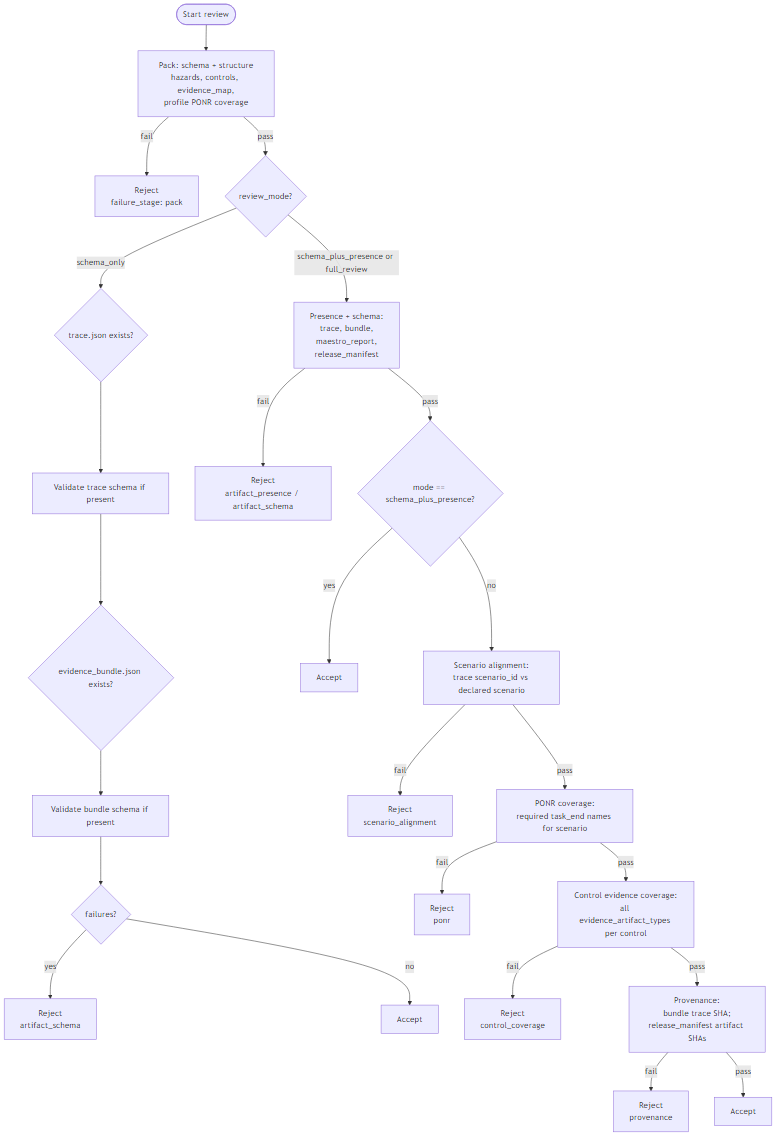
Earlier version of the Mermaid export docs/figures/p7_review_stages.png (fraware/labtrust-portfolio). Its source is kept beside it as docs/figures/p7_review_stages.mmd.
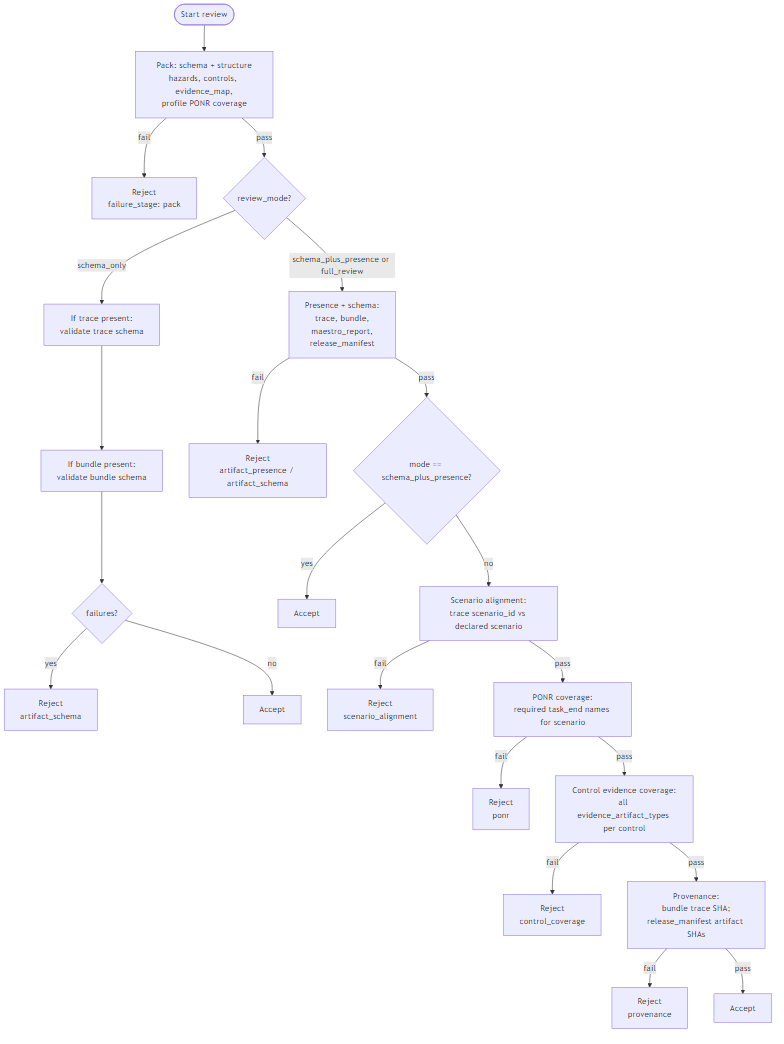
After the change.

Commit message:
P7: correct Figure 2 schema_only branch (optional artifacts)

Made-with: Cursor

What changed in the source:
```diff
@@ -4,10 +4,8 @@
   pack -->|fail| rej_pack["Reject<br/>failure_stage: pack"]
   pack -->|pass| mode{"review_mode?"}
 
-  mode -->|schema_only| so_trace{"trace.json exists?"}
-  so_trace --> so_val_t["Validate trace schema if present"]
-  so_val_t --> so_bundle{"evidence_bundle.json exists?"}
-  so_bundle --> so_val_b["Validate bundle schema if present"]
+  mode -->|schema_only| so_val_t["If trace present:<br/>validate trace schema"]
+  so_val_t --> so_val_b["If bundle present:<br/>validate bundle schema"]
   so_val_b --> so_done{failures?}
   so_done -->|yes| rej_so["Reject<br/>artifact_schema"]
   so_done -->|no| acc_so["Accept"]
```
